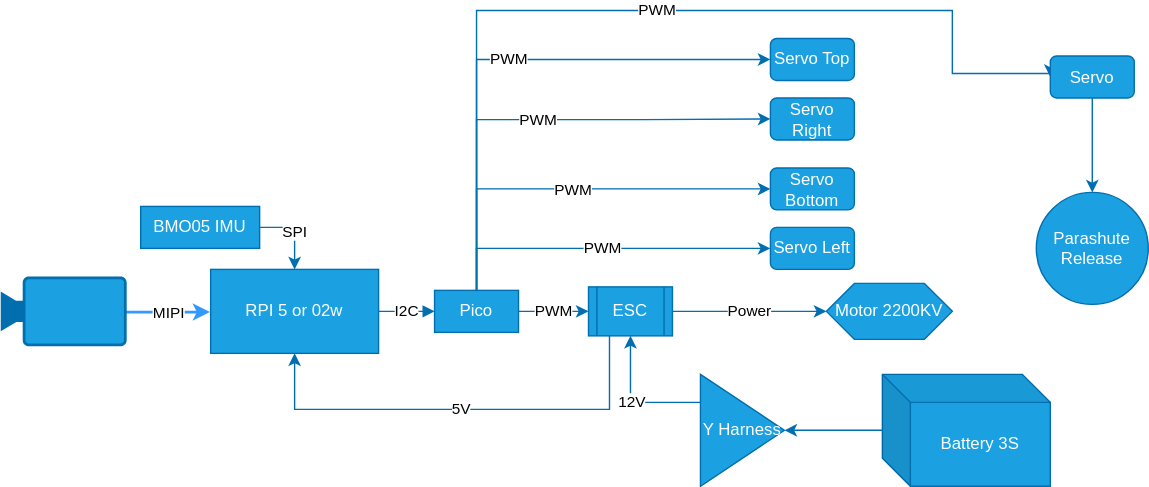
The draw.io diagram System_Diagram.svg in DeadTomGC/seeker, before a commit. Source tidied: cells renumbered, new cells last; positions are measured from the earlier drawing's top-left corner, leaving out a move shared by most shapes. Its diagram source:
```xml
<mxGraphModel>
  <root>
    <mxCell id="0" />
    <mxCell id="1" parent="0" />
    <mxCell id="2" value="MIPI" style="edgeStyle=orthogonalEdgeStyle;rounded=0;orthogonalLoop=1;jettySize=auto;html=1;strokeColor=#3399FF;strokeWidth=2;" parent="1" edge="1">
      <mxGeometry relative="1" as="geometry">
        <mxPoint x="90" y="216" as="sourcePoint" />
        <mxPoint x="150" y="216" as="targetPoint" />
      </mxGeometry>
    </mxCell>
    <mxCell id="3" value="Pi Cam&lt;div&gt;&lt;br&gt;&lt;/div&gt;" style="verticalLabelPosition=bottom;sketch=0;html=1;verticalAlign=top;align=center;shape=mxgraph.cisco19.camera2;fillColor=#1ba1e2;strokeColor=#006EAF;fontColor=#ffffff;" parent="1" vertex="1">
      <mxGeometry y="190" width="90" height="50" as="geometry" />
    </mxCell>
    <mxCell id="4" value="RPI 5 or 02w" style="rounded=0;whiteSpace=wrap;html=1;fillColor=#1ba1e2;fontColor=#ffffff;strokeColor=#006EAF;" parent="1" vertex="1">
      <mxGeometry x="150" y="185" width="120" height="60" as="geometry" />
    </mxCell>
    <mxCell id="5" value="I2C" style="edgeStyle=orthogonalEdgeStyle;rounded=0;jettySize=auto;html=1;entryX=1;entryY=0.5;entryDx=0;entryDy=0;endArrow=none;endFill=0;startArrow=block;startFill=1;fillColor=#1ba1e2;strokeColor=#006EAF;" parent="1" edge="1" source="12" target="4">
      <mxGeometry relative="1" as="geometry">
        <Array as="points">
          <mxPoint x="300" y="215" />
          <mxPoint x="300" y="215" />
        </Array>
      </mxGeometry>
    </mxCell>
    <mxCell id="6" value="PWM" style="edgeStyle=orthogonalEdgeStyle;rounded=0;jettySize=auto;html=1;fillColor=#1ba1e2;strokeColor=#006EAF;" parent="1" edge="1" source="12" target="19">
      <mxGeometry relative="1" as="geometry" />
    </mxCell>
    <mxCell id="7" value="PWM" style="edgeStyle=orthogonalEdgeStyle;rounded=0;jettySize=auto;html=1;entryX=0;entryY=0.5;entryDx=0;entryDy=0;fillColor=#1ba1e2;strokeColor=#006EAF;" parent="1" edge="1" source="12" target="24">
      <mxGeometry relative="1" as="geometry">
        <Array as="points">
          <mxPoint x="340" y="128" />
          <mxPoint x="550" y="128" />
        </Array>
      </mxGeometry>
    </mxCell>
    <mxCell id="8" value="PWM" style="edgeStyle=orthogonalEdgeStyle;rounded=0;jettySize=auto;html=1;entryX=0;entryY=0.5;entryDx=0;entryDy=0;fillColor=#1ba1e2;strokeColor=#006EAF;" parent="1" edge="1" source="12" target="25">
      <mxGeometry relative="1" as="geometry">
        <Array as="points">
          <mxPoint x="340" y="170" />
          <mxPoint x="550" y="170" />
        </Array>
      </mxGeometry>
    </mxCell>
    <mxCell id="9" value="PWM" style="edgeStyle=orthogonalEdgeStyle;rounded=0;jettySize=auto;html=1;entryX=0;entryY=0.5;entryDx=0;entryDy=0;fillColor=#1ba1e2;strokeColor=#006EAF;" parent="1" edge="1" source="12" target="23">
      <mxGeometry relative="1" as="geometry">
        <Array as="points">
          <mxPoint x="340" y="78" />
          <mxPoint x="460" y="78" />
        </Array>
      </mxGeometry>
    </mxCell>
    <mxCell id="10" value="PWM" style="edgeStyle=orthogonalEdgeStyle;rounded=0;jettySize=auto;html=1;entryX=0;entryY=0.5;entryDx=0;entryDy=0;fillColor=#1ba1e2;strokeColor=#006EAF;" parent="1" edge="1" source="12" target="22">
      <mxGeometry relative="1" as="geometry">
        <Array as="points">
          <mxPoint x="340" y="35" />
        </Array>
      </mxGeometry>
    </mxCell>
    <mxCell id="11" value="PWM" style="edgeStyle=orthogonalEdgeStyle;rounded=0;jettySize=auto;html=1;entryX=0;entryY=0.5;entryDx=0;entryDy=0;exitX=0.5;exitY=0;exitDx=0;exitDy=0;fillColor=#1ba1e2;strokeColor=#006EAF;" parent="1" edge="1" source="12" target="27">
      <mxGeometry relative="1" as="geometry">
        <Array as="points">
          <mxPoint x="340" />
          <mxPoint x="680" />
          <mxPoint x="680" y="45" />
        </Array>
      </mxGeometry>
    </mxCell>
    <mxCell id="12" value="Pico" style="rounded=0;whiteSpace=wrap;html=1;fillColor=#1ba1e2;fontColor=#ffffff;strokeColor=#006EAF;" parent="1" vertex="1">
      <mxGeometry x="310" y="200" width="60" height="30" as="geometry" />
    </mxCell>
    <mxCell id="13" value="SPI" style="edgeStyle=orthogonalEdgeStyle;rounded=0;jettySize=auto;html=1;fillColor=#1ba1e2;strokeColor=#006EAF;" parent="1" edge="1" source="14" target="4">
      <mxGeometry relative="1" as="geometry">
        <Array as="points">
          <mxPoint x="210" y="155" />
        </Array>
      </mxGeometry>
    </mxCell>
    <mxCell id="14" value="BMO05 IMU" style="rounded=0;whiteSpace=wrap;html=1;fillColor=#1ba1e2;fontColor=#ffffff;strokeColor=#006EAF;" parent="1" vertex="1">
      <mxGeometry x="100" y="140" width="85" height="30" as="geometry" />
    </mxCell>
    <mxCell id="15" value="5V" style="edgeStyle=orthogonalEdgeStyle;rounded=0;jettySize=auto;html=1;entryX=0.5;entryY=1;entryDx=0;entryDy=0;fillColor=#1ba1e2;strokeColor=#006EAF;exitX=0.25;exitY=1;exitDx=0;exitDy=0;" parent="1" edge="1" source="19" target="4">
      <mxGeometry relative="1" as="geometry">
        <Array as="points">
          <mxPoint x="435" y="285" />
          <mxPoint x="210" y="285" />
        </Array>
      </mxGeometry>
    </mxCell>
    <mxCell id="16" value="12V" style="edgeStyle=orthogonalEdgeStyle;rounded=0;jettySize=auto;html=1;entryX=0.5;entryY=1;entryDx=0;entryDy=0;fillColor=#1ba1e2;strokeColor=#006EAF;" parent="1" edge="1" source="17" target="19">
      <mxGeometry relative="1" as="geometry">
        <Array as="points">
          <mxPoint x="450" y="280" />
        </Array>
      </mxGeometry>
    </mxCell>
    <mxCell id="17" value="Y Harness" style="triangle;whiteSpace=wrap;html=1;fillColor=#1ba1e2;fontColor=#ffffff;strokeColor=#006EAF;" parent="1" vertex="1">
      <mxGeometry x="500" y="260" width="60" height="80" as="geometry" />
    </mxCell>
    <mxCell id="18" value="Power" style="edgeStyle=orthogonalEdgeStyle;rounded=0;jettySize=auto;html=1;fillColor=#1ba1e2;strokeColor=#006EAF;" parent="1" edge="1" source="19" target="28">
      <mxGeometry relative="1" as="geometry" />
    </mxCell>
    <mxCell id="19" value="ESC" style="shape=process;whiteSpace=wrap;html=1;backgroundOutline=1;fillColor=#1ba1e2;fontColor=#ffffff;strokeColor=#006EAF;" parent="1" vertex="1">
      <mxGeometry x="420" y="197.5" width="60" height="35" as="geometry" />
    </mxCell>
    <mxCell id="20" style="edgeStyle=orthogonalEdgeStyle;rounded=0;jettySize=auto;html=1;fillColor=#1ba1e2;strokeColor=#006EAF;" parent="1" edge="1" source="21" target="17">
      <mxGeometry relative="1" as="geometry" />
    </mxCell>
    <mxCell id="21" value="Battery 3S" style="shape=cube;whiteSpace=wrap;html=1;boundedLbl=1;backgroundOutline=1;darkOpacity=0.05;darkOpacity2=0.1;fillColor=#1ba1e2;fontColor=#ffffff;strokeColor=#006EAF;" parent="1" vertex="1">
      <mxGeometry x="630" y="260" width="120" height="80" as="geometry" />
    </mxCell>
    <mxCell id="22" value="Servo Top" style="rounded=1;whiteSpace=wrap;html=1;fillColor=#1ba1e2;fontColor=#ffffff;strokeColor=#006EAF;" parent="1" vertex="1">
      <mxGeometry x="550" y="20" width="60" height="30" as="geometry" />
    </mxCell>
    <mxCell id="23" value="Servo Right" style="rounded=1;whiteSpace=wrap;html=1;fillColor=#1ba1e2;fontColor=#ffffff;strokeColor=#006EAF;" parent="1" vertex="1">
      <mxGeometry x="550" y="62.5" width="60" height="30" as="geometry" />
    </mxCell>
    <mxCell id="24" value="Servo Bottom" style="rounded=1;whiteSpace=wrap;html=1;fillColor=#1ba1e2;fontColor=#ffffff;strokeColor=#006EAF;" parent="1" vertex="1">
      <mxGeometry x="550" y="112.5" width="60" height="30" as="geometry" />
    </mxCell>
    <mxCell id="25" value="Servo Left" style="rounded=1;whiteSpace=wrap;html=1;fillColor=#1ba1e2;fontColor=#ffffff;strokeColor=#006EAF;" parent="1" vertex="1">
      <mxGeometry x="550" y="155" width="60" height="30" as="geometry" />
    </mxCell>
    <mxCell id="26" style="edgeStyle=orthogonalEdgeStyle;rounded=0;jettySize=auto;html=1;fillColor=#1ba1e2;strokeColor=#006EAF;" parent="1" edge="1" source="27" target="29">
      <mxGeometry relative="1" as="geometry" />
    </mxCell>
    <mxCell id="27" value="Servo" style="rounded=1;whiteSpace=wrap;html=1;fillColor=#1ba1e2;fontColor=#ffffff;strokeColor=#006EAF;" parent="1" vertex="1">
      <mxGeometry x="750" y="32.5" width="60" height="30" as="geometry" />
    </mxCell>
    <mxCell id="28" value="Motor 2200KV" style="shape=hexagon;perimeter=hexagonPerimeter2;whiteSpace=wrap;html=1;fixedSize=1;fillColor=#1ba1e2;fontColor=#ffffff;strokeColor=#006EAF;" parent="1" vertex="1">
      <mxGeometry x="590" y="195" width="90" height="40" as="geometry" />
    </mxCell>
    <mxCell id="29" value="Parashute&lt;div&gt;Release&lt;/div&gt;" style="ellipse;whiteSpace=wrap;html=1;fillColor=#1ba1e2;fontColor=#ffffff;strokeColor=#006EAF;" parent="1" vertex="1">
      <mxGeometry x="740" y="130" width="80" height="80" as="geometry" />
    </mxCell>
  </root>
</mxGraphModel>
```
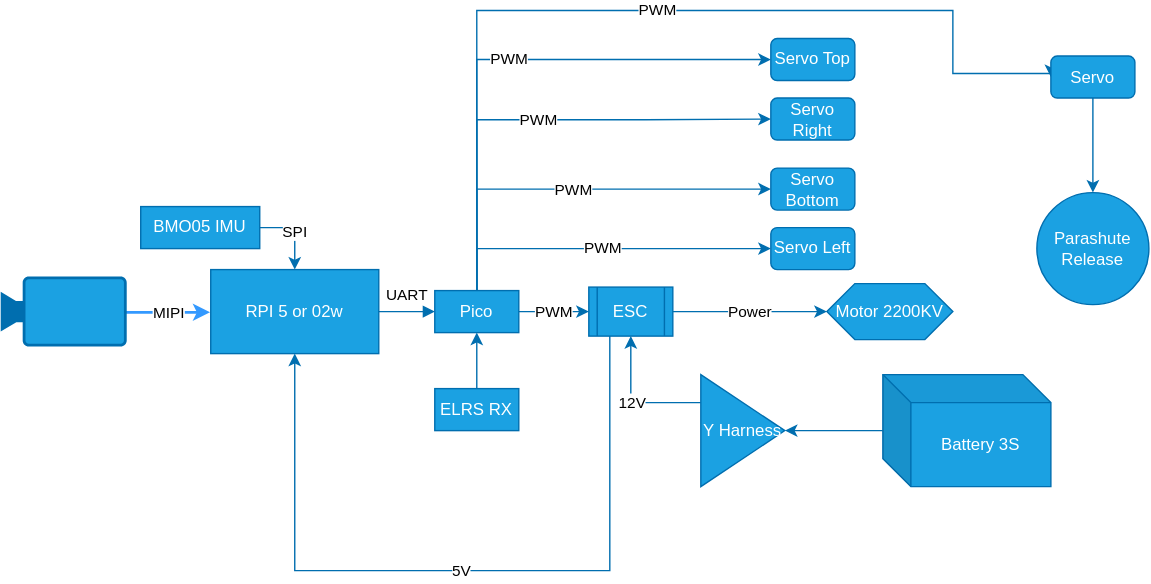
The same diagram one commit later.

What changed in the source:
```diff
@@ -14,8 +14,8 @@
     <mxCell id="4" value="RPI 5 or 02w" style="rounded=0;whiteSpace=wrap;html=1;fillColor=#1ba1e2;fontColor=#ffffff;strokeColor=#006EAF;" parent="1" vertex="1">
       <mxGeometry x="150" y="185" width="120" height="60" as="geometry" />
     </mxCell>
-    <mxCell id="5" value="I2C" style="edgeStyle=orthogonalEdgeStyle;rounded=0;jettySize=auto;html=1;entryX=1;entryY=0.5;entryDx=0;entryDy=0;endArrow=none;endFill=0;startArrow=block;startFill=1;fillColor=#1ba1e2;strokeColor=#006EAF;" parent="1" edge="1" source="12" target="4">
-      <mxGeometry relative="1" as="geometry">
+    <mxCell id="5" value="UART&lt;div&gt;&lt;br&gt;&lt;/div&gt;" style="edgeStyle=orthogonalEdgeStyle;rounded=0;jettySize=auto;html=1;entryX=1;entryY=0.5;entryDx=0;entryDy=0;endArrow=none;endFill=0;startArrow=block;startFill=1;fillColor=#1ba1e2;strokeColor=#006EAF;labelBackgroundColor=none;" parent="1" edge="1" source="12" target="4">
+      <mxGeometry y="-5" relative="1" as="geometry">
         <Array as="points">
           <mxPoint x="300" y="215" />
           <mxPoint x="300" y="215" />
@@ -81,8 +81,8 @@
     <mxCell id="15" value="5V" style="edgeStyle=orthogonalEdgeStyle;rounded=0;jettySize=auto;html=1;entryX=0.5;entryY=1;entryDx=0;entryDy=0;fillColor=#1ba1e2;strokeColor=#006EAF;exitX=0.25;exitY=1;exitDx=0;exitDy=0;" parent="1" edge="1" source="19" target="4">
       <mxGeometry relative="1" as="geometry">
         <Array as="points">
-          <mxPoint x="435" y="285" />
-          <mxPoint x="210" y="285" />
+          <mxPoint x="435" y="400" />
+          <mxPoint x="210" y="400" />
         </Array>
       </mxGeometry>
     </mxCell>
@@ -132,5 +132,11 @@
     <mxCell id="29" value="Parashute&lt;div&gt;Release&lt;/div&gt;" style="ellipse;whiteSpace=wrap;html=1;fillColor=#1ba1e2;fontColor=#ffffff;strokeColor=#006EAF;" parent="1" vertex="1">
       <mxGeometry x="740" y="130" width="80" height="80" as="geometry" />
     </mxCell>
+    <mxCell id="30" value="CRSF" style="edgeStyle=orthogonalEdgeStyle;rounded=0;jettySize=auto;html=1;labelBackgroundColor=none;fontColor=#FFFFFF;fillColor=#1ba1e2;strokeColor=#006EAF;" parent="1" edge="1" source="31" target="12">
+      <mxGeometry x="0.11" y="-20" relative="1" as="geometry" />
+    </mxCell>
+    <mxCell id="31" value="ELRS RX" style="rounded=0;whiteSpace=wrap;html=1;fillColor=#1ba1e2;fontColor=#ffffff;strokeColor=#006EAF;" parent="1" vertex="1">
+      <mxGeometry x="310" y="270" width="60" height="30" as="geometry" />
+    </mxCell>
   </root>
 </mxGraphModel>
```
